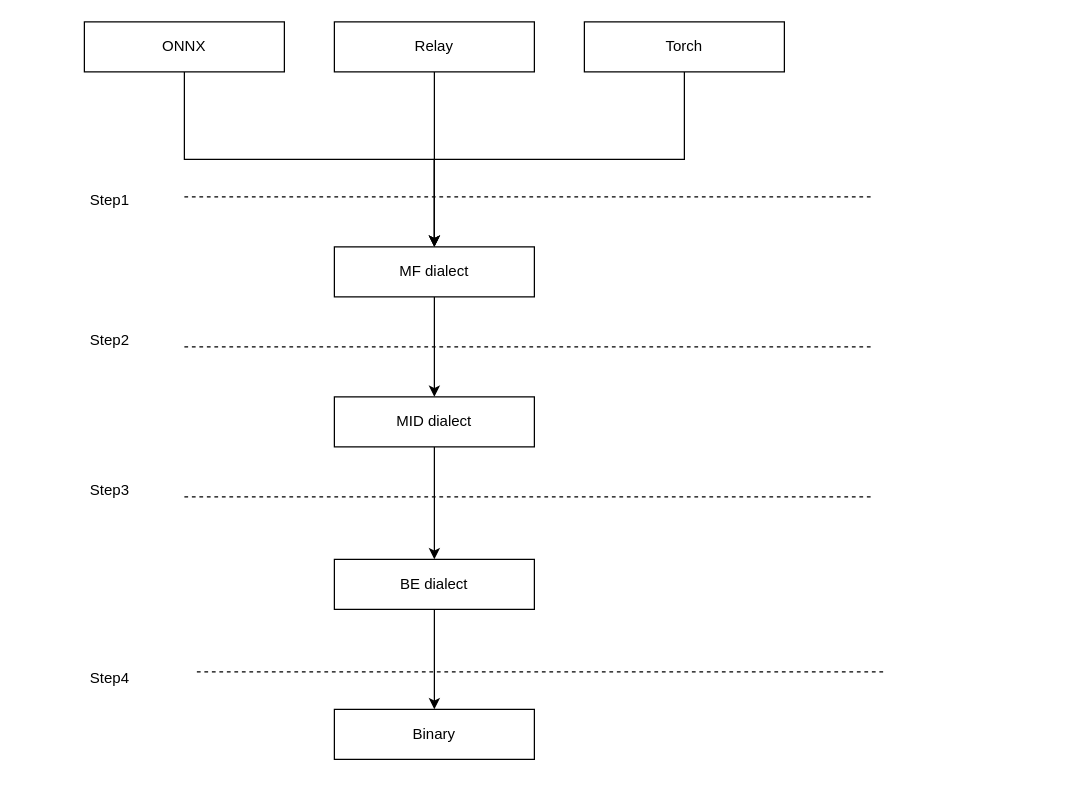
The draw.io diagram draw/compiler flow.drawio in dracohan/jmhan.github.io, before the edit. Source tidied: cells renumbered, new cells numbered last; positions are measured from the earlier drawing's top-left corner, leaving out a move shared by most shapes. Both pictures are drawn from the tidied source at 125%, with x=0, y=0 at pixel (78, 21).
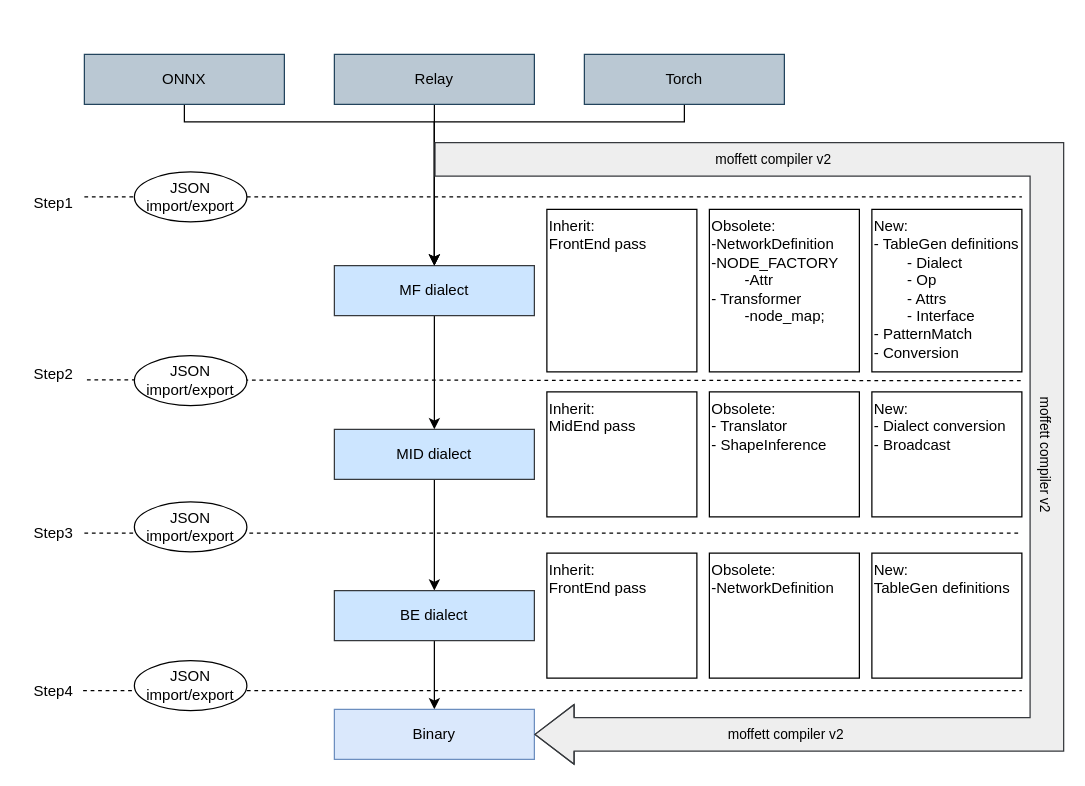
The same diagram, later.

What changed in the source:
```diff
@@
-    <mxCell id="3" value="MF dialect" style="rounded=0;whiteSpace=wrap;html=1;" parent="1" vertex="1">
-      <mxGeometry x="205" y="180" width="160" height="40" as="geometry" />
+    <mxCell id="3" value="MF dialect" style="rounded=0;whiteSpace=wrap;html=1;fillColor=#cce5ff;strokeColor=#36393d;" parent="1" vertex="1">
+      <mxGeometry x="205" y="195" width="160" height="40" as="geometry" />
     </mxCell>
@@
-    <mxCell id="5" value="MID dialect" style="rounded=0;whiteSpace=wrap;html=1;" parent="1" vertex="1">
-      <mxGeometry x="205" y="300" width="160" height="40" as="geometry" />
+    <mxCell id="5" value="MID dialect" style="rounded=0;whiteSpace=wrap;html=1;fillColor=#cce5ff;strokeColor=#36393d;" parent="1" vertex="1">
+      <mxGeometry x="205" y="326" width="160" height="40" as="geometry" />
     </mxCell>
@@
-    <mxCell id="7" value="BE dialect" style="rounded=0;whiteSpace=wrap;html=1;" parent="1" vertex="1">
-      <mxGeometry x="205" y="430" width="160" height="40" as="geometry" />
+    <mxCell id="7" value="BE dialect" style="rounded=0;whiteSpace=wrap;html=1;fillColor=#cce5ff;strokeColor=#36393d;" parent="1" vertex="1">
+      <mxGeometry x="205" y="455" width="160" height="40" as="geometry" />
     </mxCell>
     <mxCell id="8" style="edgeStyle=orthogonalEdgeStyle;rounded=0;jettySize=auto;html=1;exitX=0.5;exitY=1;exitDx=0;exitDy=0;entryX=0.5;entryY=0;entryDx=0;entryDy=0;" parent="1" edge="1" source="9" target="3">
-      <mxGeometry relative="1" as="geometry" />
+      <mxGeometry relative="1" as="geometry">
+        <Array as="points">
+          <mxPoint x="85" y="80" />
+          <mxPoint x="285" y="80" />
+        </Array>
+      </mxGeometry>
     </mxCell>
-    <mxCell id="9" value="ONNX" style="rounded=0;whiteSpace=wrap;html=1;" parent="1" vertex="1">
-      <mxGeometry x="5" width="160" height="40" as="geometry" />
+    <mxCell id="9" value="ONNX" style="rounded=0;whiteSpace=wrap;html=1;fillColor=#bac8d3;strokeColor=#23445d;" parent="1" vertex="1">
+      <mxGeometry x="5" y="26" width="160" height="40" as="geometry" />
     </mxCell>
@@
-    <mxCell id="11" value="Relay" style="rounded=0;whiteSpace=wrap;html=1;" parent="1" vertex="1">
-      <mxGeometry x="205" width="160" height="40" as="geometry" />
+    <mxCell id="11" value="Relay" style="rounded=0;whiteSpace=wrap;html=1;fillColor=#bac8d3;strokeColor=#23445d;" parent="1" vertex="1">
+      <mxGeometry x="205" y="26" width="160" height="40" as="geometry" />
     </mxCell>
     <mxCell id="12" style="edgeStyle=orthogonalEdgeStyle;rounded=0;jettySize=auto;html=1;exitX=0.5;exitY=1;exitDx=0;exitDy=0;entryX=0.5;entryY=0;entryDx=0;entryDy=0;" parent="1" edge="1" source="13" target="3">
-      <mxGeometry relative="1" as="geometry" />
+      <mxGeometry relative="1" as="geometry">
+        <Array as="points">
+          <mxPoint x="485" y="80" />
+          <mxPoint x="285" y="80" />
+        </Array>
+      </mxGeometry>
     </mxCell>
-    <mxCell id="13" value="Torch" style="rounded=0;whiteSpace=wrap;html=1;" parent="1" vertex="1">
-      <mxGeometry x="405" width="160" height="40" as="geometry" />
+    <mxCell id="13" value="Torch" style="rounded=0;whiteSpace=wrap;html=1;fillColor=#bac8d3;strokeColor=#23445d;" parent="1" vertex="1">
+      <mxGeometry x="405" y="26" width="160" height="40" as="geometry" />
     </mxCell>
-    <mxCell id="14" style="endArrow=none;dashed=1;html=1;rounded=0;" parent="1" edge="1">
+    <mxCell id="14" style="endArrow=none;dashed=1;html=1;rounded=0;" parent="1" edge="1" source="24">
       <mxGeometry relative="1" as="geometry">
-        <mxPoint x="85" y="140" as="sourcePoint" />
-        <mxPoint x="635" y="140" as="targetPoint" />
+        <mxPoint x="755" y="140" as="targetPoint" />
       </mxGeometry>
     </mxCell>
-    <mxCell id="15" style="endArrow=none;dashed=1;html=1;rounded=0;" parent="1" edge="1">
+    <mxCell id="15" style="endArrow=none;dashed=1;html=1;rounded=0;exitX=1.041;exitY=0.648;exitDx=0;exitDy=0;exitPerimeter=0;" parent="1" edge="1" source="18">
       <mxGeometry relative="1" as="geometry">
-        <mxPoint x="85" y="260" as="sourcePoint" />
-        <mxPoint x="635" y="260" as="targetPoint" />
+        <mxPoint x="755" y="287" as="targetPoint" />
       </mxGeometry>
     </mxCell>
-    <mxCell id="16" style="endArrow=none;dashed=1;html=1;rounded=0;" parent="1" edge="1">
+    <mxCell id="16" style="endArrow=none;dashed=1;html=1;rounded=0;" parent="1" edge="1" source="19">
       <mxGeometry relative="1" as="geometry">
-        <mxPoint x="85" y="380" as="sourcePoint" />
-        <mxPoint x="635" y="380" as="targetPoint" />
+        <mxPoint x="755" y="409" as="targetPoint" />
       </mxGeometry>
     </mxCell>
     <mxCell id="17" value="Step1" style="text;html=1;align=center;verticalAlign=middle;strokeColor=none;fillColor=none;" parent="1" vertex="1">
-      <mxGeometry y="128" width="50" height="30" as="geometry" />
+      <mxGeometry x="-45" y="130" width="50" height="30" as="geometry" />
     </mxCell>
     <mxCell id="18" value="Step2" style="text;html=1;align=center;verticalAlign=middle;points=[];strokeColor=none;fillColor=none;" parent="1" vertex="1">
-      <mxGeometry y="240" width="50" height="30" as="geometry" />
+      <mxGeometry x="-45" y="267" width="50" height="30" as="geometry" />
     </mxCell>
     <mxCell id="19" value="Step3" style="text;html=1;align=center;verticalAlign=middle;points=[];strokeColor=none;fillColor=none;" parent="1" vertex="1">
-      <mxGeometry y="360" width="50" height="30" as="geometry" />
+      <mxGeometry x="-45" y="394" width="50" height="30" as="geometry" />
     </mxCell>
-    <mxCell id="20" style="endArrow=none;dashed=1;html=1;rounded=0;" parent="1" edge="1">
+    <mxCell id="20" style="endArrow=none;dashed=1;html=1;rounded=0;exitX=1;exitY=0.5;exitDx=0;exitDy=0;" parent="1" edge="1">
       <mxGeometry relative="1" as="geometry">
-        <mxPoint x="95" y="520" as="sourcePoint" />
-        <mxPoint x="645" y="520" as="targetPoint" />
+        <mxPoint x="135" y="535" as="sourcePoint" />
+        <mxPoint x="755" y="535" as="targetPoint" />
       </mxGeometry>
     </mxCell>
-    <mxCell id="21" value="Binary" style="rounded=0;whiteSpace=wrap;html=1;" parent="1" vertex="1">
+    <mxCell id="21" value="Binary" style="rounded=0;whiteSpace=wrap;html=1;fillColor=#dae8fc;strokeColor=#6c8ebf;" parent="1" vertex="1">
       <mxGeometry x="205" y="550" width="160" height="40" as="geometry" />
     </mxCell>
     <mxCell id="22" value="Step4" style="text;html=1;align=center;verticalAlign=middle;strokeColor=none;fillColor=none;" parent="1" vertex="1">
-      <mxGeometry y="510" width="50" height="30" as="geometry" />
+      <mxGeometry x="-45" y="521" width="50" height="30" as="geometry" />
     </mxCell>
+    <mxCell id="23" style="endArrow=none;dashed=1;html=1;rounded=0;" parent="1" edge="1" target="24">
+      <mxGeometry relative="1" as="geometry">
+        <mxPoint x="5" y="140" as="sourcePoint" />
+      </mxGeometry>
+    </mxCell>
+    <mxCell id="24" value="JSON&lt;br&gt;import/export" style="ellipse;whiteSpace=wrap;html=1;" parent="1" vertex="1">
+      <mxGeometry x="45" y="120" width="90" height="40" as="geometry" />
+    </mxCell>
+    <mxCell id="25" value="JSON&lt;br&gt;import/export" style="ellipse;whiteSpace=wrap;html=1;" parent="1" vertex="1">
+      <mxGeometry x="45" y="267" width="90" height="40" as="geometry" />
+    </mxCell>
+    <mxCell id="26" value="JSON&lt;br&gt;import/export" style="ellipse;whiteSpace=wrap;html=1;" parent="1" vertex="1">
+      <mxGeometry x="45" y="384" width="90" height="40" as="geometry" />
+    </mxCell>
+    <mxCell id="27" style="endArrow=none;dashed=1;html=1;rounded=0;exitX=0.98;exitY=0.333;exitDx=0;exitDy=0;exitPerimeter=0;" parent="1" edge="1">
+      <mxGeometry relative="1" as="geometry">
+        <mxPoint x="4" y="535" as="sourcePoint" />
+        <mxPoint x="45" y="535" as="targetPoint" />
+      </mxGeometry>
+    </mxCell>
+    <mxCell id="28" value="JSON&lt;br&gt;import/export" style="ellipse;whiteSpace=wrap;html=1;" parent="1" vertex="1">
+      <mxGeometry x="45" y="511" width="90" height="40" as="geometry" />
+    </mxCell>
+    <mxCell id="29" style="shape=flexArrow;endArrow=classic;html=1;rounded=0;entryX=1;entryY=0.5;entryDx=0;entryDy=0;fillColor=#eeeeee;strokeColor=#36393d;width=26.857142857142858;endSize=10.097142857142858;" parent="1" edge="1" target="21">
+      <mxGeometry relative="1" as="geometry">
+        <mxPoint x="285" y="110" as="sourcePoint" />
+        <Array as="points">
+          <mxPoint x="775" y="110" />
+          <mxPoint x="775" y="350" />
+          <mxPoint x="775" y="570" />
+        </Array>
+      </mxGeometry>
+    </mxCell>
+    <mxCell id="30" value="moffett compiler v2" style="edgeLabel;html=1;align=center;verticalAlign=middle;labelBackgroundColor=none;" parent="29" vertex="1">
+      <mxGeometry x="-0.12" relative="1" as="geometry">
+        <mxPoint x="-220" y="-109" as="offset" />
+      </mxGeometry>
+    </mxCell>
+    <mxCell id="31" value="moffett compiler v2" style="edgeLabel;html=1;align=center;verticalAlign=middle;labelBackgroundColor=none;" parent="29" vertex="1">
+      <mxGeometry x="-0.12" relative="1" as="geometry">
+        <mxPoint x="-210" y="351" as="offset" />
+      </mxGeometry>
+    </mxCell>
+    <mxCell id="32" value="moffett compiler v2" style="edgeLabel;html=1;align=center;verticalAlign=middle;labelBackgroundColor=none;rotation=90;" parent="29" vertex="1">
+      <mxGeometry x="-0.12" relative="1" as="geometry">
+        <mxPoint y="127" as="offset" />
+      </mxGeometry>
+    </mxCell>
+    <mxCell id="33" value="Inherit:&lt;br&gt;FrontEnd pass" style="rounded=0;whiteSpace=wrap;html=1;verticalAlign=top;align=left;" parent="1" vertex="1">
+      <mxGeometry x="375" y="150" width="120" height="130" as="geometry" />
+    </mxCell>
+    <mxCell id="34" value="Obsolete:&lt;br&gt;-NetworkDefinition&lt;br&gt;-NODE_FACTORY&lt;br&gt;&lt;span style=&quot;white-space: pre;&quot;&gt;&#9;&lt;/span&gt;-Attr&lt;br&gt;- Transformer&lt;br&gt;&lt;span style=&quot;white-space: pre;&quot;&gt;&#9;&lt;/span&gt;-node_map;" style="rounded=0;whiteSpace=wrap;html=1;verticalAlign=top;align=left;" parent="1" vertex="1">
+      <mxGeometry x="505" y="150" width="120" height="130" as="geometry" />
+    </mxCell>
+    <mxCell id="35" value="New:&lt;br&gt;- TableGen definitions&lt;br&gt;&lt;span style=&quot;white-space: pre;&quot;&gt;&#9;&lt;/span&gt;- Dialect&lt;br&gt;&lt;span style=&quot;white-space: pre;&quot;&gt;&#9;&lt;/span&gt;- Op&lt;br&gt;&lt;span style=&quot;white-space: pre;&quot;&gt;&#9;&lt;/span&gt;- Attrs&lt;br&gt;&lt;span style=&quot;white-space: pre;&quot;&gt;&#9;&lt;/span&gt;- Interface&lt;br&gt;- PatternMatch&lt;br&gt;- Conversion" style="rounded=0;whiteSpace=wrap;html=1;verticalAlign=top;align=left;" parent="1" vertex="1">
+      <mxGeometry x="635" y="150" width="120" height="130" as="geometry" />
+    </mxCell>
+    <mxCell id="36" value="Inherit:&lt;br&gt;MidEnd pass" style="rounded=0;whiteSpace=wrap;html=1;verticalAlign=top;align=left;" parent="1" vertex="1">
+      <mxGeometry x="375" y="296" width="120" height="100" as="geometry" />
+    </mxCell>
+    <mxCell id="37" value="Obsolete:&lt;br&gt;- Translator&lt;br&gt;- ShapeInference" style="rounded=0;whiteSpace=wrap;html=1;verticalAlign=top;align=left;" parent="1" vertex="1">
+      <mxGeometry x="505" y="296" width="120" height="100" as="geometry" />
+    </mxCell>
+    <mxCell id="38" value="New:&lt;br&gt;- Dialect conversion&lt;br&gt;- Broadcast" style="rounded=0;whiteSpace=wrap;html=1;verticalAlign=top;align=left;" parent="1" vertex="1">
+      <mxGeometry x="635" y="296" width="120" height="100" as="geometry" />
+    </mxCell>
+    <mxCell id="39" value="Inherit:&lt;br&gt;FrontEnd pass" style="rounded=0;whiteSpace=wrap;html=1;verticalAlign=top;align=left;" parent="1" vertex="1">
+      <mxGeometry x="375" y="425" width="120" height="100" as="geometry" />
+    </mxCell>
+    <mxCell id="40" value="Obsolete:&lt;br&gt;-NetworkDefinition" style="rounded=0;whiteSpace=wrap;html=1;verticalAlign=top;align=left;" parent="1" vertex="1">
+      <mxGeometry x="505" y="425" width="120" height="100" as="geometry" />
+    </mxCell>
+    <mxCell id="41" value="New:&lt;br&gt;TableGen definitions" style="rounded=0;whiteSpace=wrap;html=1;verticalAlign=top;align=left;" parent="1" vertex="1">
+      <mxGeometry x="635" y="425" width="120" height="100" as="geometry" />
+    </mxCell>
```
